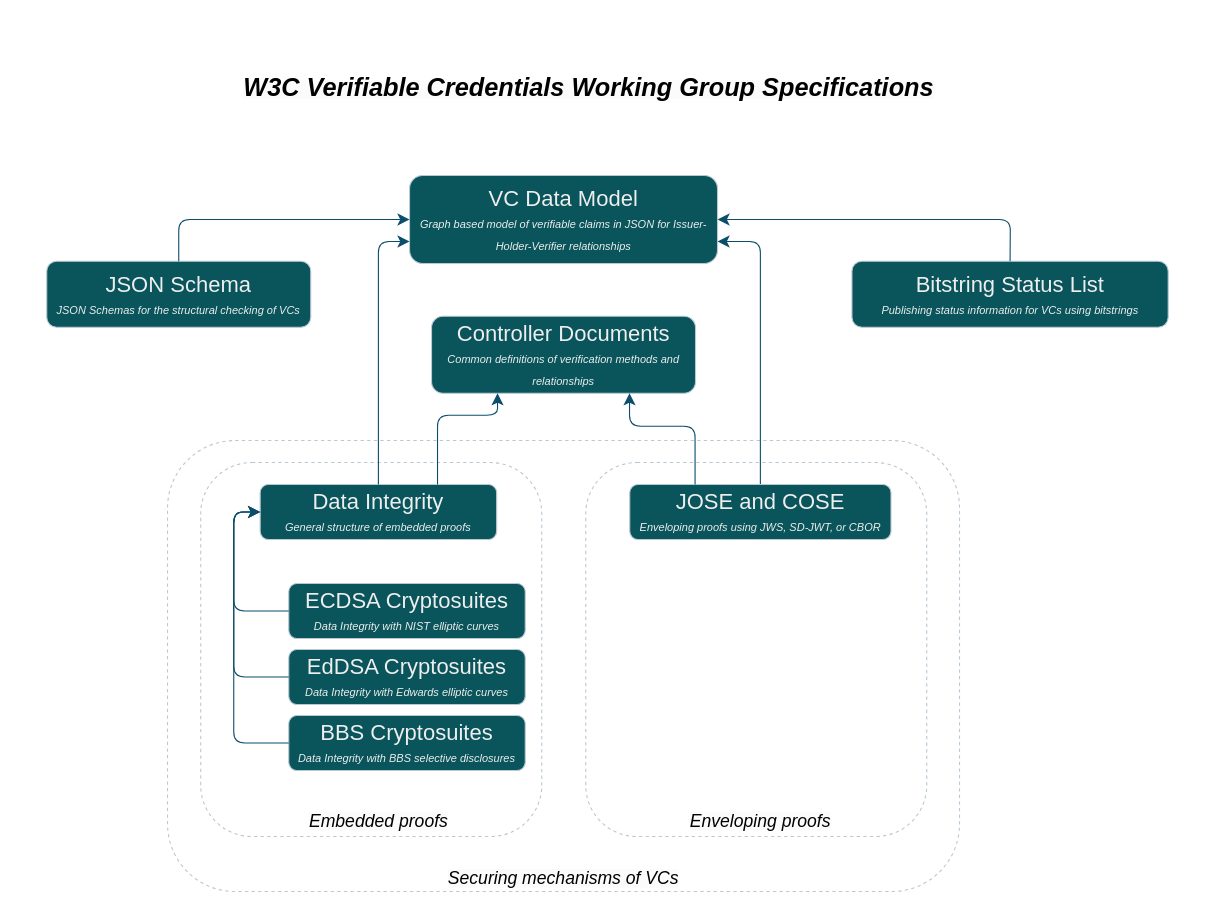
Earlier version of the draw.io diagram assets/VCWG_specifications.drawio (w3c/verifiable-credentials). Source tidied: cells renumbered, new cells numbered last; positions are measured from the earlier drawing's top-left corner, leaving out a move shared by most shapes. Both pictures are drawn from the tidied source at 110%, with x=0, y=0 at pixel (46, 65).
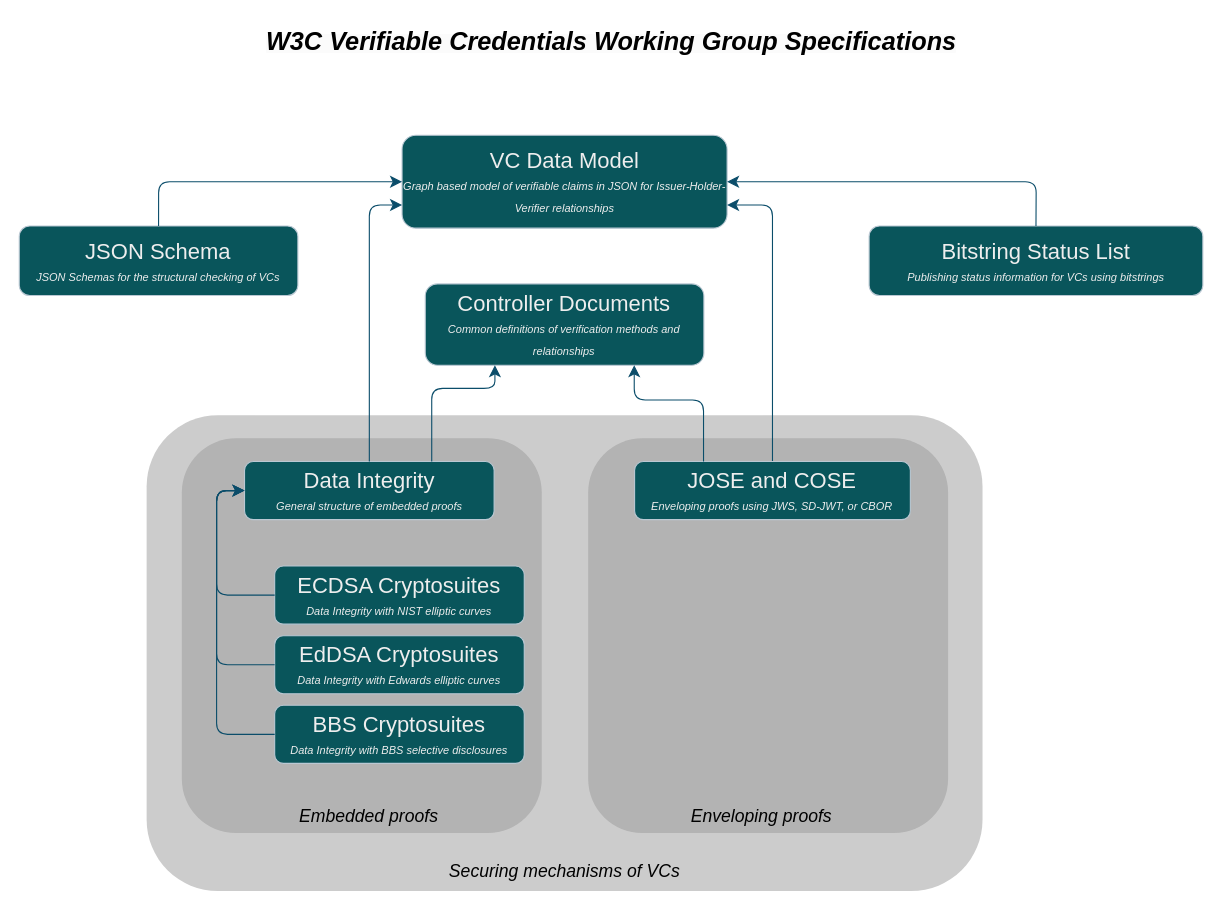
The same diagram, later.

What changed in the source:
```diff
@@
     <mxCell id="2" value="&lt;i style=&quot;border-color: var(--border-color); color: rgb(0, 0, 0); font-family: Helvetica; font-variant-ligatures: normal; font-variant-caps: normal; letter-spacing: normal; orphans: 2; text-indent: 0px; text-transform: none; widows: 2; word-spacing: 0px; -webkit-text-stroke-width: 0px; background-color: rgb(251, 251, 251); text-decoration-thickness: initial; text-decoration-style: initial; text-decoration-color: initial;&quot;&gt;&lt;font style=&quot;font-size: 23px;&quot;&gt;&lt;b&gt;W3C Verifiable Credentials Working Group Specifications&lt;/b&gt;&lt;/font&gt;&lt;/i&gt;" style="text;whiteSpace=wrap;html=1;fontSize=16;align=center;rounded=1;labelBackgroundColor=none;fontColor=#EEEEEE;" parent="1" vertex="1">
-      <mxGeometry x="162.6" width="660.2" height="40" as="geometry" />
+      <mxGeometry x="164.6" y="-42" width="696.8" height="42.2" as="geometry" />
     </mxCell>
-    <mxCell id="3" style="rounded=1;whiteSpace=wrap;html=1;fontSize=16;fillColor=none;dashed=1;labelBackgroundColor=none;strokeColor=#BAC8D3;fontColor=#EEEEEE;" parent="1" vertex="1">
-      <mxGeometry x="109.8" y="341" width="720" height="410" as="geometry" />
+    <mxCell id="3" style="rounded=1;whiteSpace=wrap;html=1;fontSize=16;fillColor=#CCCCCC;dashed=1;labelBackgroundColor=none;strokeColor=none;fontColor=#EEEEEE;" parent="1" vertex="1">
+      <mxGeometry x="90.8" y="317.9" width="759.9" height="432.7" as="geometry" />
     </mxCell>
+    <mxCell id="11" style="rounded=1;whiteSpace=wrap;html=1;fontSize=16;fillColor=#b3b3b3;dashed=1;labelBackgroundColor=none;strokeColor=none;fontColor=#EEEEEE;" parent="1" vertex="1">
+      <mxGeometry x="492.2" y="339" width="327.2" height="358.8" as="geometry" />
+    </mxCell>
     <mxCell id="4" value="&lt;font style=&quot;font-size: 20px;&quot;&gt;VC Data Model&lt;/font&gt;&lt;br&gt;&lt;font style=&quot;font-size: 10px;&quot;&gt;&lt;i&gt;Graph based model of verifiable claims in JSON for Issuer-Holder-Verifier relationships&lt;/i&gt;&lt;/font&gt;" style="rounded=1;whiteSpace=wrap;html=1;fontSize=16;labelBackgroundColor=none;fillColor=#09555B;strokeColor=#BAC8D3;fontColor=#EEEEEE;" parent="1" vertex="1">
-      <mxGeometry x="329.8" y="100" width="280" height="80" as="geometry" />
+      <mxGeometry x="323" y="63.5" width="295.5" height="84.4" as="geometry" />
     </mxCell>
     <mxCell id="5" value="&lt;font style=&quot;&quot;&gt;&lt;span style=&quot;font-size: 20px;&quot;&gt;JSON Schema&lt;br&gt;&lt;/span&gt;&lt;i style=&quot;font-size: 10px;&quot;&gt;JSON Schemas for the structural checking of VCs&lt;/i&gt;&lt;br&gt;&lt;/font&gt;" style="rounded=1;whiteSpace=wrap;html=1;fontSize=16;labelBackgroundColor=none;fillColor=#09555B;strokeColor=#BAC8D3;fontColor=#EEEEEE;" parent="1" vertex="1">
-      <mxGeometry y="178" width="240" height="60" as="geometry" />
+      <mxGeometry x="-25" y="145.9" width="253.3" height="63.3" as="geometry" />
     </mxCell>
     <mxCell id="6" value="&lt;font style=&quot;&quot;&gt;&lt;span style=&quot;font-size: 20px;&quot;&gt;Bitstring Status List&lt;br&gt;&lt;/span&gt;&lt;i style=&quot;font-size: 10px;&quot;&gt;Publishing status information for VCs using bitstrings&lt;/i&gt;&lt;br&gt;&lt;/font&gt;" style="rounded=1;whiteSpace=wrap;html=1;fontSize=16;labelBackgroundColor=none;fillColor=#09555B;strokeColor=#BAC8D3;fontColor=#EEEEEE;" parent="1" vertex="1">
-      <mxGeometry x="732" y="178" width="287.5" height="60" as="geometry" />
+      <mxGeometry x="747.6" y="145.9" width="303.4" height="63.3" as="geometry" />
     </mxCell>
     <mxCell id="7" style="edgeStyle=elbowEdgeStyle;elbow=vertical;endArrow=classic;html=1;curved=0;rounded=1;endSize=8;startSize=8;fontSize=12;exitX=0.5;exitY=0;exitDx=0;exitDy=0;entryX=1;entryY=0.75;entryDx=0;entryDy=0;labelBackgroundColor=none;strokeColor=#0B4D6A;fontColor=default;" parent="1" edge="1" source="12" target="4">
       <mxGeometry relative="1" as="geometry">
         <Array as="points">
-          <mxPoint x="635" y="160" />
+          <mxPoint x="645.2" y="126.9" />
         </Array>
       </mxGeometry>
     </mxCell>
     <mxCell id="8" style="edgeStyle=elbowEdgeStyle;elbow=horizontal;endArrow=classic;html=1;curved=0;rounded=1;endSize=8;startSize=8;fontSize=12;exitX=0.5;exitY=0;exitDx=0;exitDy=0;entryX=0;entryY=0.5;entryDx=0;entryDy=0;labelBackgroundColor=none;strokeColor=#0B4D6A;fontColor=default;" parent="1" edge="1" source="5" target="4">
       <mxGeometry relative="1" as="geometry">
         <Array as="points">
-          <mxPoint x="120" y="168" />
+          <mxPoint x="101.7" y="135.3" />
         </Array>
       </mxGeometry>
     </mxCell>
     <mxCell id="9" style="edgeStyle=elbowEdgeStyle;elbow=horizontal;endArrow=classic;html=1;curved=0;rounded=1;endSize=8;startSize=8;fontSize=12;entryX=1;entryY=0.5;entryDx=0;entryDy=0;exitX=0.5;exitY=0;exitDx=0;exitDy=0;labelBackgroundColor=none;strokeColor=#0B4D6A;fontColor=default;" parent="1" edge="1" source="6" target="4">
       <mxGeometry relative="1" as="geometry">
         <Array as="points">
-          <mxPoint x="876" y="168" />
+          <mxPoint x="899.5" y="135.3" />
         </Array>
       </mxGeometry>
     </mxCell>
-    <mxCell id="10" value="&lt;i style=&quot;border-color: var(--border-color); color: rgb(0, 0, 0); font-family: Helvetica; font-size: 16px; font-variant-ligatures: normal; font-variant-caps: normal; font-weight: 400; letter-spacing: normal; orphans: 2; text-indent: 0px; text-transform: none; widows: 2; word-spacing: 0px; -webkit-text-stroke-width: 0px; background-color: rgb(251, 251, 251); text-decoration-thickness: initial; text-decoration-style: initial; text-decoration-color: initial;&quot;&gt;Securing mechanisms of VCs&lt;/i&gt;" style="text;whiteSpace=wrap;html=1;fontSize=16;align=center;rounded=1;labelBackgroundColor=none;fontColor=#EEEEEE;" parent="1" vertex="1">
-      <mxGeometry x="360" y="723" width="220" height="40" as="geometry" />
-    </mxCell>
-    <mxCell id="11" style="rounded=1;whiteSpace=wrap;html=1;fontSize=16;fillColor=none;dashed=1;labelBackgroundColor=none;strokeColor=#BAC8D3;fontColor=#EEEEEE;" parent="1" vertex="1">
-      <mxGeometry x="490" y="361" width="310" height="340" as="geometry" />
-    </mxCell>
     <mxCell id="12" value="&lt;font style=&quot;&quot;&gt;&lt;span style=&quot;font-size: 20px;&quot;&gt;JOSE and COSE&lt;br&gt;&lt;/span&gt;&lt;span style=&quot;font-size: 10px;&quot;&gt;&lt;i&gt;Enveloping proofs using JWS, SD-JWT, or CBOR&lt;/i&gt;&lt;/span&gt;&lt;br&gt;&lt;/font&gt;" style="rounded=1;whiteSpace=wrap;html=1;fontSize=16;labelBackgroundColor=none;fillColor=#09555B;strokeColor=#BAC8D3;fontColor=#EEEEEE;" parent="1" vertex="1">
-      <mxGeometry x="530" y="381" width="237.5" height="50" as="geometry" />
+      <mxGeometry x="534.4" y="360.1" width="250.7" height="52.8" as="geometry" />
     </mxCell>
-    <mxCell id="13" value="&lt;i style=&quot;border-color: var(--border-color); color: rgb(0, 0, 0); font-family: Helvetica; font-size: 16px; font-variant-ligatures: normal; font-variant-caps: normal; font-weight: 400; letter-spacing: normal; orphans: 2; text-indent: 0px; text-transform: none; widows: 2; word-spacing: 0px; -webkit-text-stroke-width: 0px; background-color: rgb(251, 251, 251); text-decoration-thickness: initial; text-decoration-style: initial; text-decoration-color: initial;&quot;&gt;Enveloping proofs&lt;/i&gt;" style="text;whiteSpace=wrap;html=1;fontSize=16;align=center;rounded=1;labelBackgroundColor=none;fontColor=#EEEEEE;" parent="1" vertex="1">
-      <mxGeometry x="538.8" y="671" width="220" height="40" as="geometry" />
-    </mxCell>
-    <mxCell id="14" style="rounded=1;whiteSpace=wrap;html=1;fontSize=16;fillColor=none;dashed=1;labelBackgroundColor=none;strokeColor=#BAC8D3;fontColor=#EEEEEE;" parent="1" vertex="1">
-      <mxGeometry x="140" y="361" width="310" height="340" as="geometry" />
+    <mxCell id="14" style="rounded=1;whiteSpace=wrap;html=1;fontSize=16;fillColor=#B3B3B3;dashed=1;labelBackgroundColor=none;strokeColor=none;fontColor=#EEEEEE;" parent="1" vertex="1">
+      <mxGeometry x="122.8" y="339" width="327.2" height="358.8" as="geometry" />
     </mxCell>
     <mxCell id="15" value="&lt;span style=&quot;font-size: 20px;&quot;&gt;ECDSA Cryptosuites&lt;/span&gt;&lt;br&gt;&lt;font style=&quot;font-size: 10px;&quot;&gt;&lt;i&gt;Data Integrity with NIST elliptic curves&lt;/i&gt;&lt;/font&gt;" style="rounded=1;whiteSpace=wrap;html=1;fontSize=16;labelBackgroundColor=none;fillColor=#09555B;strokeColor=#BAC8D3;fontColor=#EEEEEE;" parent="1" vertex="1">
-      <mxGeometry x="220" y="471" width="215" height="50" as="geometry" />
+      <mxGeometry x="207.2" y="455.1" width="226.9" height="52.8" as="geometry" />
     </mxCell>
     <mxCell id="16" value="&lt;span style=&quot;font-size: 20px;&quot;&gt;EdDSA Cryptosuites&lt;/span&gt;&lt;br&gt;&lt;font style=&quot;font-size: 10px;&quot;&gt;&lt;i&gt;Data Integrity with Edwards elliptic curves&lt;/i&gt;&lt;/font&gt;" style="rounded=1;whiteSpace=wrap;html=1;fontSize=16;labelBackgroundColor=none;fillColor=#09555B;strokeColor=#BAC8D3;fontColor=#EEEEEE;" parent="1" vertex="1">
-      <mxGeometry x="220" y="531" width="215" height="50" as="geometry" />
+      <mxGeometry x="207.2" y="518.4" width="226.9" height="52.8" as="geometry" />
     </mxCell>
     <mxCell id="17" value="&lt;span style=&quot;font-size: 20px;&quot;&gt;BBS Cryptosuites&lt;/span&gt;&lt;br&gt;&lt;font style=&quot;font-size: 10px;&quot;&gt;&lt;i&gt;Data Integrity with BBS selective disclosures&lt;/i&gt;&lt;/font&gt;" style="rounded=1;whiteSpace=wrap;html=1;fontSize=16;labelBackgroundColor=none;fillColor=#09555B;strokeColor=#BAC8D3;fontColor=#EEEEEE;" parent="1" vertex="1">
-      <mxGeometry x="220" y="591" width="215" height="50" as="geometry" />
+      <mxGeometry x="207.2" y="581.7" width="226.9" height="52.8" as="geometry" />
     </mxCell>
     <mxCell id="18" value="&lt;font style=&quot;font-size: 20px;&quot;&gt;Data Integrity&lt;/font&gt;&lt;br&gt;&lt;font style=&quot;font-size: 10px;&quot;&gt;&lt;i&gt;General structure of embedded proofs&lt;/i&gt;&lt;/font&gt;" style="rounded=1;whiteSpace=wrap;html=1;fontSize=16;labelBackgroundColor=none;fillColor=#09555B;strokeColor=#BAC8D3;fontColor=#EEEEEE;" parent="1" vertex="1">
-      <mxGeometry x="194" y="381" width="215" height="50" as="geometry" />
+      <mxGeometry x="179.8" y="360.1" width="226.9" height="52.8" as="geometry" />
     </mxCell>
     <mxCell id="19" style="edgeStyle=elbowEdgeStyle;elbow=horizontal;endArrow=classic;html=1;curved=0;rounded=1;endSize=8;startSize=8;fontSize=12;entryX=0;entryY=0.5;entryDx=0;entryDy=0;exitX=0;exitY=0.5;exitDx=0;exitDy=0;labelBackgroundColor=none;strokeColor=#0B4D6A;fontColor=default;" parent="1" edge="1" source="15" target="18">
       <mxGeometry relative="1" as="geometry">
         <Array as="points">
-          <mxPoint x="170" y="451" />
+          <mxPoint x="154.4" y="434" />
         </Array>
       </mxGeometry>
     </mxCell>
     <mxCell id="20" style="edgeStyle=elbowEdgeStyle;elbow=horizontal;endArrow=classic;html=1;curved=0;rounded=1;endSize=8;startSize=8;fontSize=12;entryX=0;entryY=0.5;entryDx=0;entryDy=0;exitX=0;exitY=0.5;exitDx=0;exitDy=0;labelBackgroundColor=none;strokeColor=#0B4D6A;fontColor=default;" parent="1" edge="1" source="16" target="18">
       <mxGeometry relative="1" as="geometry">
         <Array as="points">
-          <mxPoint x="170" y="481" />
+          <mxPoint x="154.4" y="465.7" />
         </Array>
       </mxGeometry>
     </mxCell>
     <mxCell id="21" style="edgeStyle=elbowEdgeStyle;elbow=horizontal;endArrow=classic;html=1;curved=0;rounded=1;endSize=8;startSize=8;fontSize=12;entryX=0;entryY=0.5;entryDx=0;entryDy=0;exitX=0;exitY=0.5;exitDx=0;exitDy=0;labelBackgroundColor=none;strokeColor=#0B4D6A;fontColor=default;" parent="1" edge="1" source="17" target="18">
       <mxGeometry relative="1" as="geometry">
         <Array as="points">
-          <mxPoint x="170" y="511" />
+          <mxPoint x="154.4" y="497.3" />
         </Array>
       </mxGeometry>
     </mxCell>
-    <mxCell id="22" value="&lt;i style=&quot;border-color: var(--border-color); color: rgb(0, 0, 0); font-family: Helvetica; font-size: 16px; font-variant-ligatures: normal; font-variant-caps: normal; font-weight: 400; letter-spacing: normal; orphans: 2; text-indent: 0px; text-transform: none; widows: 2; word-spacing: 0px; -webkit-text-stroke-width: 0px; background-color: rgb(251, 251, 251); text-decoration-thickness: initial; text-decoration-style: initial; text-decoration-color: initial;&quot;&gt;Embedded proofs&lt;/i&gt;" style="text;whiteSpace=wrap;html=1;fontSize=16;align=center;rounded=1;labelBackgroundColor=none;fontColor=#EEEEEE;" parent="1" vertex="1">
-      <mxGeometry x="191.5" y="671" width="220" height="40" as="geometry" />
+    <mxCell id="22" value="&lt;i style=&quot;border-color: var(--border-color); color: rgb(0, 0, 0); font-family: Helvetica; font-size: 16px; font-variant-ligatures: normal; font-variant-caps: normal; font-weight: 400; letter-spacing: normal; orphans: 2; text-indent: 0px; text-transform: none; widows: 2; word-spacing: 0px; -webkit-text-stroke-width: 0px; text-decoration-thickness: initial; text-decoration-style: initial; text-decoration-color: initial;&quot;&gt;Embedded proofs&lt;/i&gt;" style="text;whiteSpace=wrap;html=1;fontSize=16;align=center;rounded=1;labelBackgroundColor=none;fontColor=#EEEEEE;fillColor=none;" parent="1" vertex="1">
+      <mxGeometry x="177.1" y="666.2" width="232.2" height="42.2" as="geometry" />
     </mxCell>
     <mxCell id="23" style="edgeStyle=elbowEdgeStyle;elbow=vertical;endArrow=classic;html=1;curved=0;rounded=1;endSize=8;startSize=8;fontSize=12;entryX=0;entryY=0.75;entryDx=0;entryDy=0;labelBackgroundColor=none;strokeColor=#0B4D6A;fontColor=default;exitX=0.5;exitY=0;exitDx=0;exitDy=0;" parent="1" edge="1" source="18" target="4">
       <mxGeometry relative="1" as="geometry">
         <Array as="points">
-          <mxPoint x="290" y="160" />
+          <mxPoint x="281.1" y="126.9" />
         </Array>
       </mxGeometry>
     </mxCell>
     <mxCell id="24" value="&lt;font style=&quot;&quot;&gt;&lt;span style=&quot;font-size: 20px;&quot;&gt;Controller Documents&lt;/span&gt;&lt;/font&gt;&lt;div&gt;&lt;font style=&quot;&quot;&gt;&lt;i style=&quot;font-size: 10px;&quot;&gt;Common definitions of verification methods and relationships&lt;/i&gt;&lt;br&gt;&lt;/font&gt;&lt;/div&gt;" style="rounded=1;whiteSpace=wrap;html=1;fontSize=16;labelBackgroundColor=none;fillColor=#09555B;strokeColor=#BAC8D3;fontColor=#EEEEEE;" parent="1" vertex="1">
-      <mxGeometry x="349.8" y="228" width="240" height="70" as="geometry" />
+      <mxGeometry x="344.1" y="198.6" width="253.3" height="73.9" as="geometry" />
     </mxCell>
     <mxCell id="25" style="edgeStyle=elbowEdgeStyle;elbow=vertical;endArrow=classic;html=1;curved=0;rounded=1;endSize=8;startSize=8;fontSize=12;entryX=0.25;entryY=1;entryDx=0;entryDy=0;labelBackgroundColor=none;strokeColor=#0B4D6A;fontColor=default;exitX=0.75;exitY=0;exitDx=0;exitDy=0;" parent="1" edge="1" source="18" target="24">
       <mxGeometry relative="1" as="geometry">
         <Array as="points">
-          <mxPoint x="375" y="318" />
+          <mxPoint x="370.8" y="293.6" />
         </Array>
       </mxGeometry>
     </mxCell>
     <mxCell id="26" style="edgeStyle=elbowEdgeStyle;elbow=vertical;endArrow=classic;html=1;curved=0;rounded=1;endSize=8;startSize=8;fontSize=12;entryX=0.75;entryY=1;entryDx=0;entryDy=0;labelBackgroundColor=none;strokeColor=#0B4D6A;fontColor=default;exitX=0.25;exitY=0;exitDx=0;exitDy=0;" parent="1" edge="1" source="12" target="24">
       <mxGeometry relative="1" as="geometry">
         <Array as="points">
-          <mxPoint x="485.3" y="328" />
+          <mxPoint x="487.2" y="304.2" />
         </Array>
       </mxGeometry>
     </mxCell>
+    <mxCell id="13" value="&lt;i style=&quot;border-color: var(--border-color); color: rgb(0, 0, 0); font-family: Helvetica; font-size: 16px; font-variant-ligatures: normal; font-variant-caps: normal; font-weight: 400; letter-spacing: normal; orphans: 2; text-indent: 0px; text-transform: none; widows: 2; word-spacing: 0px; -webkit-text-stroke-width: 0px; text-decoration-thickness: initial; text-decoration-style: initial; text-decoration-color: initial;&quot;&gt;Enveloping proofs&lt;/i&gt;" style="text;whiteSpace=wrap;html=1;fontSize=16;align=center;rounded=1;labelBackgroundColor=none;fontColor=#EEEEEE;fillColor=none;" parent="1" vertex="1">
+      <mxGeometry x="534.4" y="666.2" width="232.2" height="42.2" as="geometry" />
+    </mxCell>
+    <mxCell id="10" value="&lt;i style=&quot;border-color: var(--border-color); color: rgb(0, 0, 0); font-family: Helvetica; font-size: 16px; font-variant-ligatures: normal; font-variant-caps: normal; font-weight: 400; letter-spacing: normal; orphans: 2; text-indent: 0px; text-transform: none; widows: 2; word-spacing: 0px; -webkit-text-stroke-width: 0px; text-decoration-thickness: initial; text-decoration-style: initial; text-decoration-color: initial;&quot;&gt;Securing mechanisms of VCs&lt;/i&gt;" style="text;whiteSpace=wrap;html=1;fontSize=16;align=center;rounded=1;labelBackgroundColor=none;fontColor=#EEEEEE;fillColor=none;" parent="1" vertex="1">
+      <mxGeometry x="354.7" y="715.8" width="232.2" height="42.2" as="geometry" />
+    </mxCell>
```
